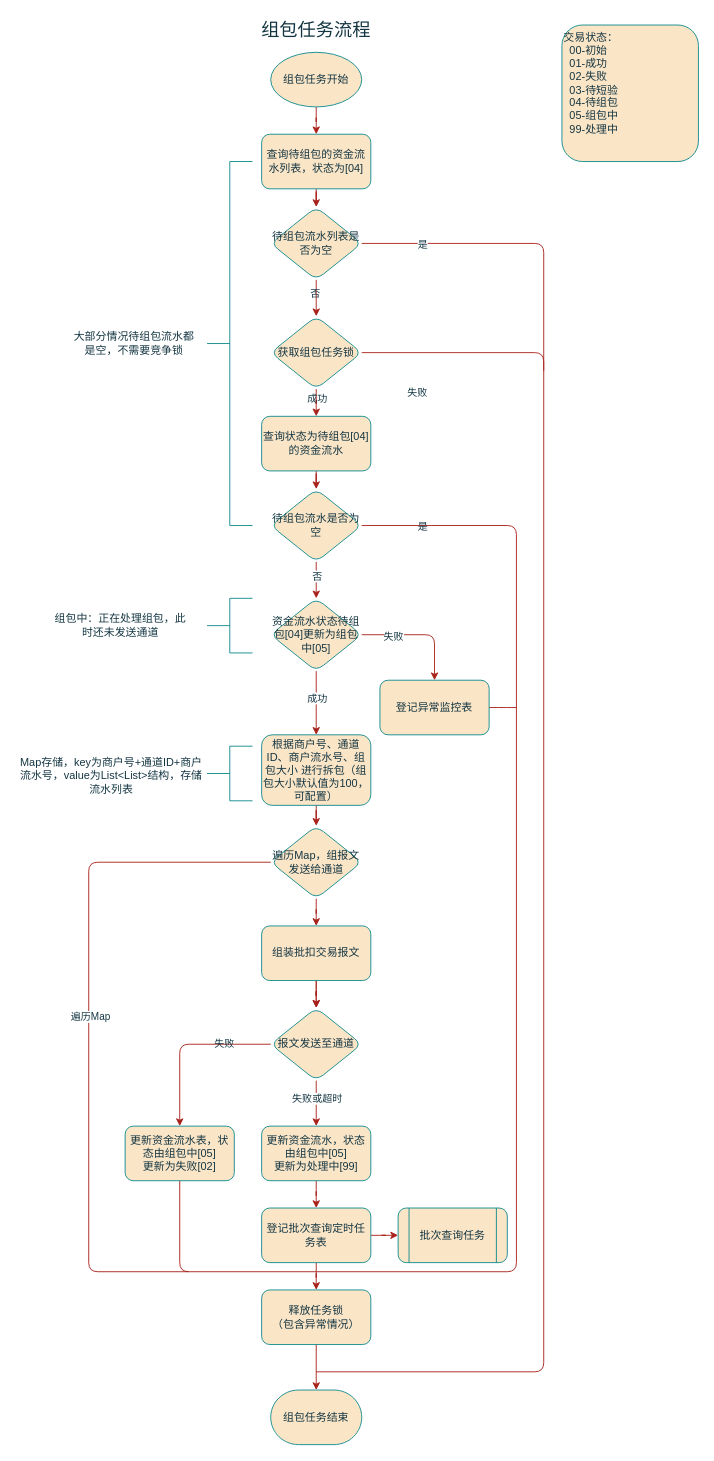
Before: page "批扣组包任务流程" (2 of 5) of 批扣流程.drawio in gaofv/draw, a draw.io diagram. Source tidied: cells renumbered, new cells numbered last; positions are measured from the earlier drawing's top-left corner, leaving out a move shared by most shapes. Both pictures are drawn from the tidied source at 91%, with x=0, y=0 at pixel (15, 15).
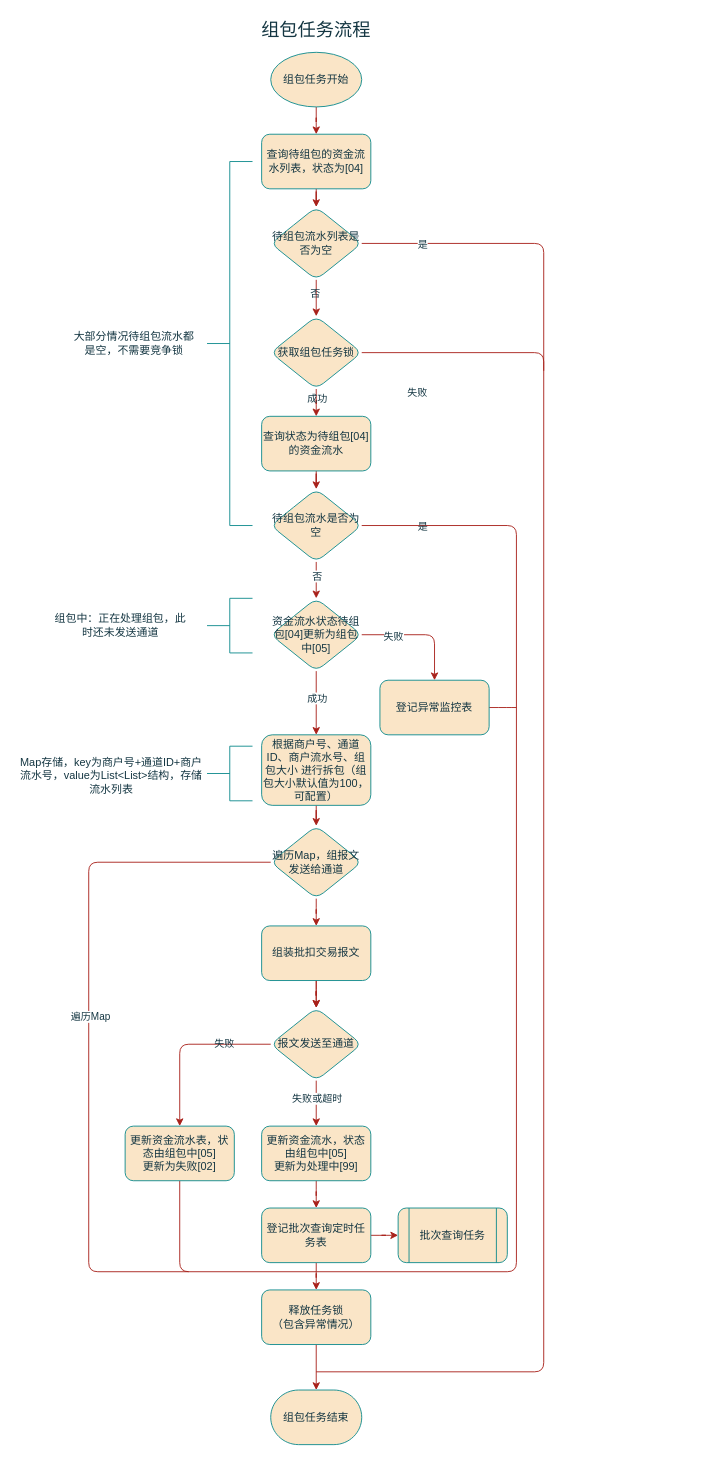
The same page after the edit.

What changed in the source:
```diff
@@
-    <mxCell id="51" value="交易状态：&lt;br&gt;&amp;nbsp; 00-初始&lt;br&gt;&amp;nbsp; 01-成功&lt;br&gt;&amp;nbsp; 02-失败&lt;br&gt;&amp;nbsp; 03-待短验&lt;br&gt;&amp;nbsp; 04-待组包&lt;br&gt;&amp;nbsp; 05-组包中&lt;br&gt;&amp;nbsp; 99-处理中" style="whiteSpace=wrap;html=1;strokeColor=#0F8B8D;fontColor=#143642;fillColor=#FAE5C7;align=left;verticalAlign=top;rounded=1;" parent="1" vertex="1">
-      <mxGeometry x="600" y="10" width="150" height="150" as="geometry" />
-    </mxCell>
```
